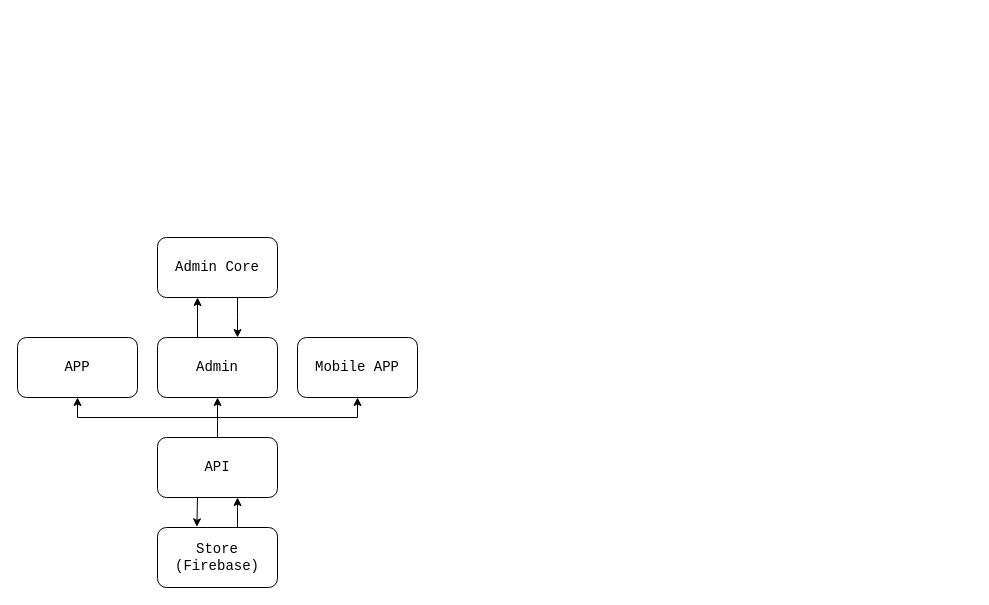
Above: sovanet.drawio in pkuzmich/todo (draw.io), before the change. Source tidied: cells renumbered, new cells numbered last; positions are measured from the earlier drawing's top-left corner, leaving out a move shared by most shapes. Both pictures are drawn from the tidied source at 100%, with x=0, y=0 at pixel (17, 237).
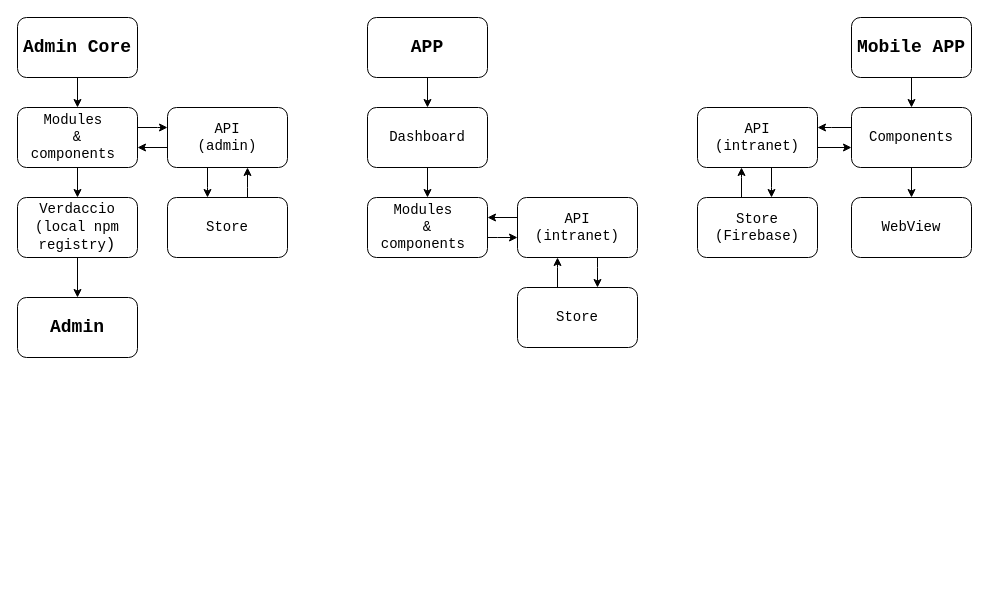
The same diagram, later.

Diff of the diagram source:
```diff
@@
+    <mxCell id="15" style="edgeStyle=orthogonalEdgeStyle;rounded=0;jettySize=auto;html=1;" parent="1" edge="1" source="2" target="35">
+      <mxGeometry relative="1" as="geometry" />
+    </mxCell>
-    <mxCell id="2" value="&lt;font style=&quot;font-size: 14px;&quot; face=&quot;monospace&quot;&gt;APP&lt;/font&gt;" style="rounded=1;whiteSpace=wrap;html=1;" parent="1" vertex="1">
-      <mxGeometry y="100" width="120" height="60" as="geometry" />
+    <mxCell id="2" value="&lt;font style=&quot;font-size: 18px;&quot; face=&quot;monospace&quot;&gt;&lt;b style=&quot;&quot;&gt;APP&lt;/b&gt;&lt;/font&gt;" style="rounded=1;whiteSpace=wrap;html=1;" parent="1" vertex="1">
+      <mxGeometry x="350" y="-220" width="120" height="60" as="geometry" />
     </mxCell>
-    <mxCell id="3" style="edgeStyle=orthogonalEdgeStyle;rounded=0;jettySize=auto;html=1;" parent="1" edge="1" source="4" target="14">
-      <mxGeometry relative="1" as="geometry">
-        <Array as="points">
-          <mxPoint x="180" y="80" />
-          <mxPoint x="180" y="80" />
-        </Array>
-      </mxGeometry>
-    </mxCell>
-    <mxCell id="4" value="&lt;font style=&quot;font-size: 14px;&quot; face=&quot;monospace&quot;&gt;Admin&lt;/font&gt;" style="rounded=1;whiteSpace=wrap;html=1;" parent="1" vertex="1">
-      <mxGeometry x="140" y="100" width="120" height="60" as="geometry" />
+    <mxCell id="4" value="&lt;font style=&quot;font-size: 18px;&quot; face=&quot;monospace&quot;&gt;&lt;b style=&quot;&quot;&gt;Admin&lt;/b&gt;&lt;/font&gt;" style="rounded=1;whiteSpace=wrap;html=1;" parent="1" vertex="1">
+      <mxGeometry y="60" width="120" height="60" as="geometry" />
     </mxCell>
+    <mxCell id="16" style="edgeStyle=orthogonalEdgeStyle;rounded=0;jettySize=auto;html=1;" parent="1" edge="1" source="5" target="42">
+      <mxGeometry relative="1" as="geometry" />
+    </mxCell>
-    <mxCell id="5" value="&lt;font face=&quot;monospace&quot;&gt;&lt;span style=&quot;font-size: 14px;&quot;&gt;Mobile APP&lt;/span&gt;&lt;/font&gt;" style="rounded=1;whiteSpace=wrap;html=1;" parent="1" vertex="1">
-      <mxGeometry x="280" y="100" width="120" height="60" as="geometry" />
+    <mxCell id="5" value="&lt;font style=&quot;font-size: 18px;&quot; face=&quot;monospace&quot;&gt;&lt;b&gt;Mobile APP&lt;/b&gt;&lt;/font&gt;" style="rounded=1;whiteSpace=wrap;html=1;" parent="1" vertex="1">
+      <mxGeometry x="834" y="-220" width="120" height="60" as="geometry" />
     </mxCell>
-    <mxCell id="6" style="edgeStyle=orthogonalEdgeStyle;rounded=0;jettySize=auto;html=1;entryX=0.328;entryY=-0.011;entryDx=0;entryDy=0;entryPerimeter=0;" parent="1" edge="1" target="12">
-      <mxGeometry relative="1" as="geometry">
-        <mxPoint x="180" y="260" as="sourcePoint" />
-      </mxGeometry>
-    </mxCell>
-    <mxCell id="7" style="edgeStyle=orthogonalEdgeStyle;rounded=0;jettySize=auto;html=1;" parent="1" edge="1" source="10" target="4">
-      <mxGeometry relative="1" as="geometry" />
-    </mxCell>
-    <mxCell id="8" style="edgeStyle=orthogonalEdgeStyle;rounded=0;jettySize=auto;html=1;exitX=0.25;exitY=0;exitDx=0;exitDy=0;entryX=0.5;entryY=1;entryDx=0;entryDy=0;" parent="1" edge="1" source="10" target="2">
-      <mxGeometry relative="1" as="geometry">
-        <Array as="points">
-          <mxPoint x="200" y="200" />
-          <mxPoint x="200" y="180" />
-          <mxPoint x="60" y="180" />
-        </Array>
-      </mxGeometry>
-    </mxCell>
-    <mxCell id="9" style="edgeStyle=orthogonalEdgeStyle;rounded=0;jettySize=auto;html=1;exitX=0.75;exitY=0;exitDx=0;exitDy=0;entryX=0.5;entryY=1;entryDx=0;entryDy=0;" parent="1" edge="1" source="10" target="5">
-      <mxGeometry relative="1" as="geometry">
-        <Array as="points">
-          <mxPoint x="200" y="200" />
-          <mxPoint x="200" y="180" />
-          <mxPoint x="340" y="180" />
-        </Array>
-      </mxGeometry>
-    </mxCell>
+    <mxCell id="17" style="edgeStyle=orthogonalEdgeStyle;rounded=0;orthogonalLoop=1;jettySize=auto;html=1;" parent="1" edge="1">
+      <mxGeometry relative="1" as="geometry">
+        <mxPoint x="800" y="-90" as="sourcePoint" />
+        <mxPoint x="834" y="-90" as="targetPoint" />
+      </mxGeometry>
+    </mxCell>
+    <mxCell id="18" style="edgeStyle=orthogonalEdgeStyle;rounded=0;jettySize=auto;html=1;" parent="1" edge="1" source="10" target="12">
+      <mxGeometry relative="1" as="geometry">
+        <Array as="points">
+          <mxPoint x="754" y="-50" />
+          <mxPoint x="754" y="-50" />
+        </Array>
+      </mxGeometry>
+    </mxCell>
-    <mxCell id="10" value="&lt;font style=&quot;font-size: 14px;&quot; face=&quot;monospace&quot;&gt;API&lt;/font&gt;" style="rounded=1;whiteSpace=wrap;html=1;" parent="1" vertex="1">
-      <mxGeometry x="140" y="200" width="120" height="60" as="geometry" />
+    <mxCell id="10" value="&lt;font style=&quot;font-size: 14px;&quot; face=&quot;monospace&quot;&gt;API&lt;br&gt;(intranet)&lt;br&gt;&lt;/font&gt;" style="rounded=1;whiteSpace=wrap;html=1;" parent="1" vertex="1">
+      <mxGeometry x="680" y="-130" width="120" height="60" as="geometry" />
     </mxCell>
     <mxCell id="11" style="edgeStyle=orthogonalEdgeStyle;rounded=0;jettySize=auto;html=1;" parent="1" edge="1" source="12" target="10">
       <mxGeometry relative="1" as="geometry">
         <Array as="points">
-          <mxPoint x="220" y="270" />
-          <mxPoint x="220" y="270" />
+          <mxPoint x="724" y="-60" />
+          <mxPoint x="724" y="-60" />
         </Array>
       </mxGeometry>
     </mxCell>
     <mxCell id="12" value="&lt;font style=&quot;font-size: 14px;&quot; face=&quot;monospace&quot;&gt;Store&lt;br&gt;(Firebase)&lt;br&gt;&lt;/font&gt;" style="rounded=1;whiteSpace=wrap;html=1;" parent="1" vertex="1">
-      <mxGeometry x="140" y="290" width="120" height="60" as="geometry" />
+      <mxGeometry x="680" y="-40" width="120" height="60" as="geometry" />
     </mxCell>
-    <mxCell id="13" style="edgeStyle=orthogonalEdgeStyle;rounded=0;jettySize=auto;html=1;" parent="1" edge="1" source="14" target="4">
-      <mxGeometry relative="1" as="geometry">
-        <Array as="points">
-          <mxPoint x="220" y="80" />
-          <mxPoint x="220" y="80" />
-        </Array>
-      </mxGeometry>
-    </mxCell>
+    <mxCell id="19" style="edgeStyle=orthogonalEdgeStyle;rounded=0;jettySize=auto;html=1;" parent="1" edge="1" source="14" target="27">
+      <mxGeometry relative="1" as="geometry">
+        <Array as="points">
+          <mxPoint x="140" y="-110" />
+          <mxPoint x="140" y="-110" />
+        </Array>
+      </mxGeometry>
+    </mxCell>
+    <mxCell id="20" style="edgeStyle=orthogonalEdgeStyle;rounded=0;jettySize=auto;html=1;" parent="1" edge="1" source="14" target="22">
+      <mxGeometry relative="1" as="geometry" />
+    </mxCell>
-    <mxCell id="14" value="&lt;font style=&quot;font-size: 14px;&quot; face=&quot;monospace&quot;&gt;Admin Core&lt;/font&gt;" style="rounded=1;whiteSpace=wrap;html=1;" parent="1" vertex="1">
-      <mxGeometry x="140" width="120" height="60" as="geometry" />
+    <mxCell id="14" value="&lt;font face=&quot;monospace&quot;&gt;&lt;font style=&quot;font-size: 14px;&quot;&gt;Modules&amp;nbsp;&lt;br&gt;&lt;/font&gt;&lt;font style=&quot;font-size: 14px;&quot;&gt;&amp;amp;&lt;br&gt;&lt;/font&gt;&lt;/font&gt;&lt;code&gt;&lt;font style=&quot;font-size: 14px;&quot;&gt;components&amp;nbsp;&lt;/font&gt;&lt;/code&gt;&lt;font face=&quot;monospace&quot;&gt;&lt;span style=&quot;font-size: 14px;&quot;&gt;&lt;br&gt;&lt;/span&gt;&lt;/font&gt;" style="rounded=1;whiteSpace=wrap;html=1;" parent="1" vertex="1">
+      <mxGeometry y="-130" width="120" height="60" as="geometry" />
     </mxCell>
+    <mxCell id="21" style="edgeStyle=orthogonalEdgeStyle;rounded=0;jettySize=auto;html=1;" parent="1" edge="1" source="22" target="4">
+      <mxGeometry relative="1" as="geometry" />
+    </mxCell>
+    <mxCell id="22" value="&lt;font style=&quot;font-size: 14px;&quot;&gt;&lt;font style=&quot;&quot; face=&quot;monospace&quot;&gt;Verdaccio&lt;br&gt;&lt;font style=&quot;&quot;&gt;(&lt;/font&gt;&lt;/font&gt;&lt;font face=&quot;monospace&quot;&gt;local npm registry&lt;/font&gt;&lt;/font&gt;&lt;font style=&quot;&quot; face=&quot;monospace&quot;&gt;&lt;font size=&quot;3&quot;&gt;)&lt;/font&gt;&lt;br&gt;&lt;/font&gt;" style="rounded=1;whiteSpace=wrap;html=1;" parent="1" vertex="1">
+      <mxGeometry y="-40" width="120" height="60" as="geometry" />
+    </mxCell>
+    <mxCell id="23" style="edgeStyle=orthogonalEdgeStyle;rounded=0;jettySize=auto;html=1;" parent="1" edge="1" source="24" target="14">
+      <mxGeometry relative="1" as="geometry" />
+    </mxCell>
+    <mxCell id="24" value="&lt;font style=&quot;font-size: 18px;&quot; face=&quot;monospace&quot;&gt;&lt;b style=&quot;&quot;&gt;Admin Core&lt;/b&gt;&lt;/font&gt;" style="rounded=1;whiteSpace=wrap;html=1;" parent="1" vertex="1">
+      <mxGeometry y="-220" width="120" height="60" as="geometry" />
+    </mxCell>
+    <mxCell id="25" style="edgeStyle=orthogonalEdgeStyle;rounded=0;orthogonalLoop=1;jettySize=auto;html=1;" parent="1" edge="1">
+      <mxGeometry relative="1" as="geometry">
+        <mxPoint x="150" y="-90" as="sourcePoint" />
+        <mxPoint x="120" y="-90" as="targetPoint" />
+      </mxGeometry>
+    </mxCell>
+    <mxCell id="26" style="edgeStyle=orthogonalEdgeStyle;rounded=0;jettySize=auto;html=1;" parent="1" edge="1" source="27" target="39">
+      <mxGeometry relative="1" as="geometry">
+        <Array as="points">
+          <mxPoint x="190" y="-50" />
+          <mxPoint x="190" y="-50" />
+        </Array>
+      </mxGeometry>
+    </mxCell>
+    <mxCell id="27" value="&lt;font style=&quot;font-size: 14px;&quot; face=&quot;monospace&quot;&gt;API&lt;br&gt;(admin)&lt;/font&gt;" style="rounded=1;whiteSpace=wrap;html=1;" parent="1" vertex="1">
+      <mxGeometry x="150" y="-130" width="120" height="60" as="geometry" />
+    </mxCell>
+    <mxCell id="28" style="edgeStyle=orthogonalEdgeStyle;rounded=0;jettySize=auto;html=1;" parent="1" edge="1" source="29" target="32">
+      <mxGeometry relative="1" as="geometry">
+        <Array as="points">
+          <mxPoint x="480" />
+          <mxPoint x="480" />
+        </Array>
+      </mxGeometry>
+    </mxCell>
+    <mxCell id="29" value="&lt;font face=&quot;monospace&quot;&gt;&lt;font style=&quot;font-size: 14px;&quot;&gt;Modules&amp;nbsp;&lt;br&gt;&lt;/font&gt;&lt;font style=&quot;font-size: 14px;&quot;&gt;&amp;amp;&lt;br&gt;&lt;/font&gt;&lt;/font&gt;&lt;code&gt;&lt;font style=&quot;font-size: 14px;&quot;&gt;components&amp;nbsp;&lt;/font&gt;&lt;/code&gt;&lt;font face=&quot;monospace&quot;&gt;&lt;span style=&quot;font-size: 14px;&quot;&gt;&lt;br&gt;&lt;/span&gt;&lt;/font&gt;" style="rounded=1;whiteSpace=wrap;html=1;" parent="1" vertex="1">
+      <mxGeometry x="350" y="-40" width="120" height="60" as="geometry" />
+    </mxCell>
+    <mxCell id="30" style="edgeStyle=orthogonalEdgeStyle;rounded=0;orthogonalLoop=1;jettySize=auto;html=1;" parent="1" edge="1">
+      <mxGeometry relative="1" as="geometry">
+        <mxPoint x="500" y="-20" as="sourcePoint" />
+        <mxPoint x="470" y="-20" as="targetPoint" />
+      </mxGeometry>
+    </mxCell>
+    <mxCell id="31" style="edgeStyle=orthogonalEdgeStyle;rounded=0;jettySize=auto;html=1;" parent="1" edge="1" source="32" target="37">
+      <mxGeometry relative="1" as="geometry">
+        <Array as="points">
+          <mxPoint x="580" y="30" />
+          <mxPoint x="580" y="30" />
+        </Array>
+      </mxGeometry>
+    </mxCell>
+    <mxCell id="32" value="&lt;font style=&quot;font-size: 14px;&quot; face=&quot;monospace&quot;&gt;API&lt;br&gt;(intranet)&lt;/font&gt;" style="rounded=1;whiteSpace=wrap;html=1;" parent="1" vertex="1">
+      <mxGeometry x="500" y="-40" width="120" height="60" as="geometry" />
+    </mxCell>
+    <mxCell id="33" value="&lt;font style=&quot;font-size: 14px;&quot; face=&quot;monospace&quot;&gt;WebView&lt;/font&gt;" style="rounded=1;whiteSpace=wrap;html=1;" parent="1" vertex="1">
+      <mxGeometry x="834" y="-40" width="120" height="60" as="geometry" />
+    </mxCell>
+    <mxCell id="34" style="edgeStyle=orthogonalEdgeStyle;rounded=0;jettySize=auto;html=1;" parent="1" edge="1" source="35" target="29">
+      <mxGeometry relative="1" as="geometry" />
+    </mxCell>
+    <mxCell id="35" value="&lt;font face=&quot;monospace&quot;&gt;&lt;span style=&quot;font-size: 14px;&quot;&gt;Dashboard&lt;br&gt;&lt;/span&gt;&lt;/font&gt;" style="rounded=1;whiteSpace=wrap;html=1;" parent="1" vertex="1">
+      <mxGeometry x="350" y="-130" width="120" height="60" as="geometry" />
+    </mxCell>
+    <mxCell id="36" style="edgeStyle=orthogonalEdgeStyle;rounded=0;jettySize=auto;html=1;" parent="1" edge="1" source="37" target="32">
+      <mxGeometry relative="1" as="geometry">
+        <Array as="points">
+          <mxPoint x="540" y="30" />
+          <mxPoint x="540" y="30" />
+        </Array>
+      </mxGeometry>
+    </mxCell>
+    <mxCell id="37" value="&lt;font face=&quot;monospace&quot;&gt;&lt;span style=&quot;font-size: 14px;&quot;&gt;Store&lt;/span&gt;&lt;/font&gt;" style="rounded=1;whiteSpace=wrap;html=1;" parent="1" vertex="1">
+      <mxGeometry x="500" y="50" width="120" height="60" as="geometry" />
+    </mxCell>
+    <mxCell id="38" style="edgeStyle=orthogonalEdgeStyle;rounded=0;jettySize=auto;html=1;" parent="1" edge="1" source="39" target="27">
+      <mxGeometry relative="1" as="geometry">
+        <Array as="points">
+          <mxPoint x="230" y="-50" />
+          <mxPoint x="230" y="-50" />
+        </Array>
+      </mxGeometry>
+    </mxCell>
+    <mxCell id="39" value="&lt;font face=&quot;monospace&quot;&gt;&lt;span style=&quot;font-size: 14px;&quot;&gt;Store&lt;br&gt;&lt;/span&gt;&lt;/font&gt;" style="rounded=1;whiteSpace=wrap;html=1;" parent="1" vertex="1">
+      <mxGeometry x="150" y="-40" width="120" height="60" as="geometry" />
+    </mxCell>
+    <mxCell id="40" style="edgeStyle=orthogonalEdgeStyle;rounded=0;jettySize=auto;html=1;" parent="1" edge="1" source="42" target="10">
+      <mxGeometry relative="1" as="geometry">
+        <Array as="points">
+          <mxPoint x="814" y="-110" />
+          <mxPoint x="814" y="-110" />
+        </Array>
+      </mxGeometry>
+    </mxCell>
+    <mxCell id="41" style="edgeStyle=orthogonalEdgeStyle;rounded=0;jettySize=auto;html=1;" parent="1" edge="1" source="42" target="33">
+      <mxGeometry relative="1" as="geometry" />
+    </mxCell>
+    <mxCell id="42" value="&lt;code&gt;&lt;font style=&quot;font-size: 14px;&quot;&gt;Components&lt;/font&gt;&lt;/code&gt;&lt;font face=&quot;monospace&quot;&gt;&lt;span style=&quot;font-size: 14px;&quot;&gt;&lt;br&gt;&lt;/span&gt;&lt;/font&gt;" style="rounded=1;whiteSpace=wrap;html=1;" parent="1" vertex="1">
+      <mxGeometry x="834" y="-130" width="120" height="60" as="geometry" />
+    </mxCell>
```
